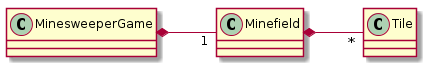
Before: dokumentaatio/luokkakaavio.png, a diagram exported from PlantUML (MatiasLyyra/Minesweeper).
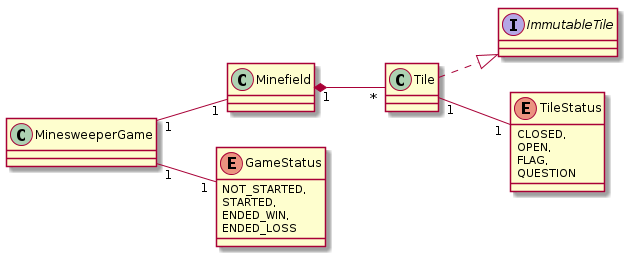
After the commit.

The edit, as a diff of the source:
```diff
@@ -1,5 +1,24 @@
 @startuml
 left to right direction
-Minefield *-- "*" Tile
-MinesweeperGame *-- "1" Minefield
+Interface ImmutableTile
+Class Minefield
+Class MinesweeperGame
+Class Tile
+Enum TileStatus {
+ CLOSED,
+ OPEN,
+ FLAG,
+ QUESTION
+}
+Enum GameStatus {
+ NOT_STARTED,
+ STARTED,
+ ENDED_WIN,
+ ENDED_LOSS
+}
+Tile ..|> ImmutableTile
+MinesweeperGame "1" -- "1" Minefield
+Minefield "1" *-- "*" Tile
+Tile "1" -- "1" TileStatus
+MinesweeperGame "1" -- "1" GameStatus
 @enduml
```
